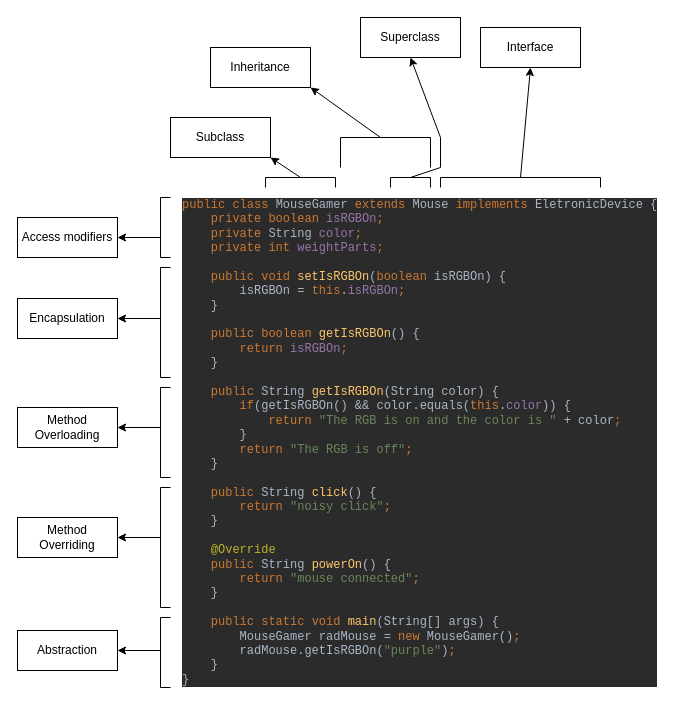
Before: OOP.drawio in crespo/study, a draw.io diagram. Source tidied: cells renumbered, new cells numbered last; positions are measured from the earlier drawing's top-left corner, leaving out a move shared by most shapes. Both pictures are drawn from the tidied source at 100%, with x=0, y=0 at pixel (17, 17).
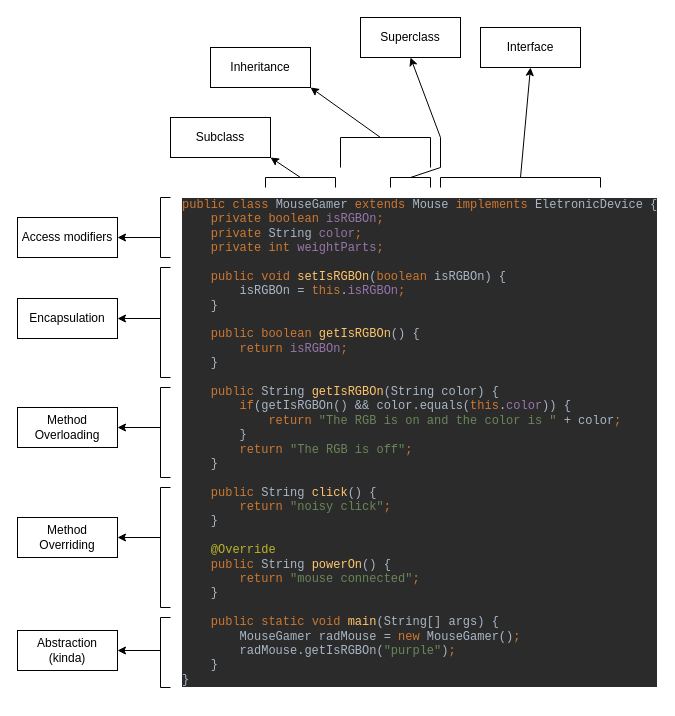
The same diagram, later.

Commit message:
abstraction (kinda)

The edit, as a diff of the source:
```diff
@@
-    <mxCell id="28" value="Abstraction" style="rounded=0;whiteSpace=wrap;html=1;" parent="1" vertex="1">
+    <mxCell id="28" value="Abstraction&lt;br&gt;(kinda)" style="rounded=0;whiteSpace=wrap;html=1;" parent="1" vertex="1">
       <mxGeometry y="613" width="100" height="40" as="geometry" />
     </mxCell>
```
